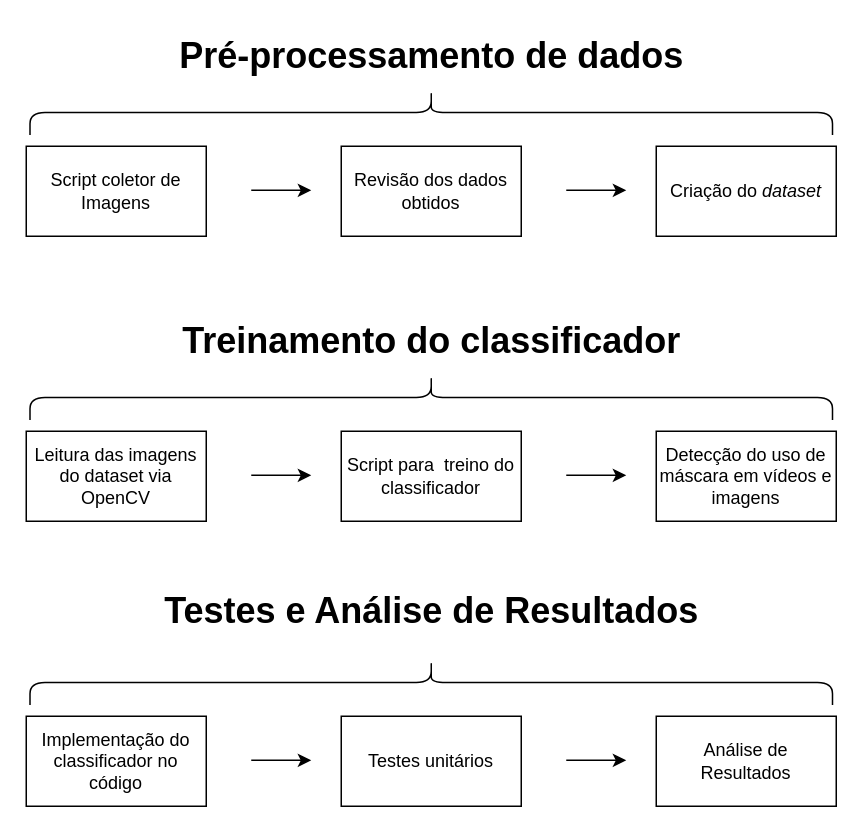
This is Assets/t1/draw-trab.drawio from Processamento-de-video-UFABC-2021-2/Processamento-de-video-UFABC-2021-2.github.io, a draw.io file, before an edit. Source tidied: cells renumbered, new cells numbered last; positions are measured from the earlier drawing's top-left corner, leaving out a move shared by most shapes. Both pictures are drawn from the tidied source at 150%, with x=0, y=0 at pixel (26, -290).
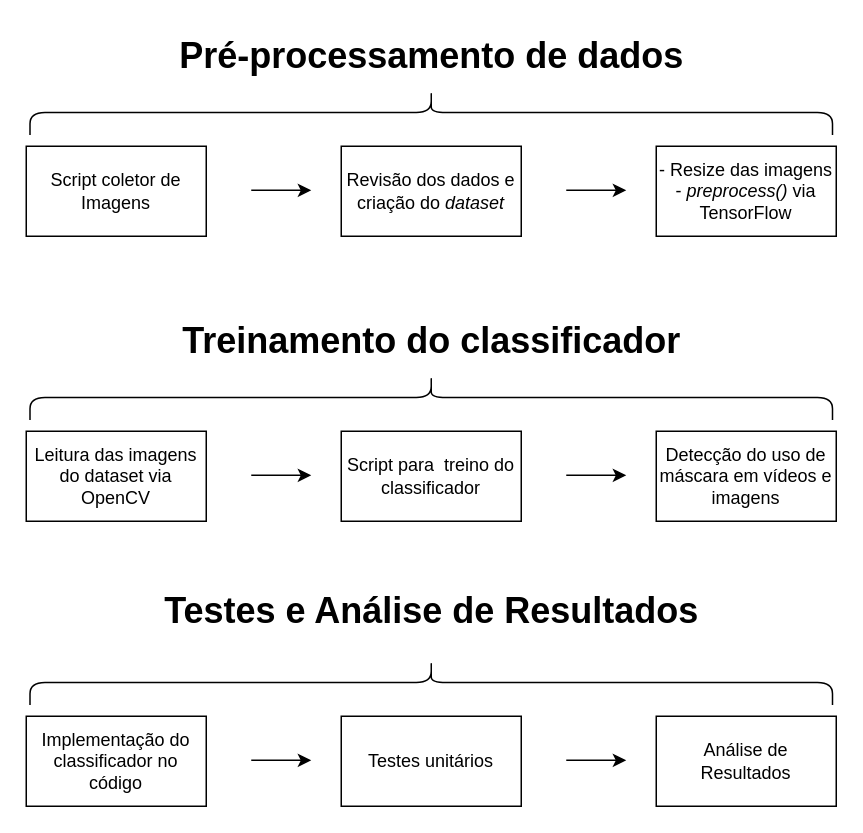
Above is the later version.

Change to the diagram source:
```diff
@@
-    <mxCell id="4" value="Revisão dos dados obtidos" style="rounded=0;whiteSpace=wrap;html=1;" parent="1" vertex="1">
+    <mxCell id="4" value="Revisão dos dados e criação do &lt;i&gt;dataset&lt;/i&gt;" style="rounded=0;whiteSpace=wrap;html=1;" parent="1" vertex="1">
       <mxGeometry x="210" y="290" width="120" height="60" as="geometry" />
     </mxCell>
@@
-    <mxCell id="6" value="Criação do &lt;i&gt;dataset&lt;/i&gt;" style="rounded=0;whiteSpace=wrap;html=1;" parent="1" vertex="1">
+    <mxCell id="6" value="- Resize das imagens&lt;br&gt;- &lt;i&gt;preprocess()&amp;nbsp;&lt;/i&gt;via TensorFlow" style="rounded=0;whiteSpace=wrap;html=1;" parent="1" vertex="1">
       <mxGeometry x="420" y="290" width="120" height="60" as="geometry" />
     </mxCell>
```
